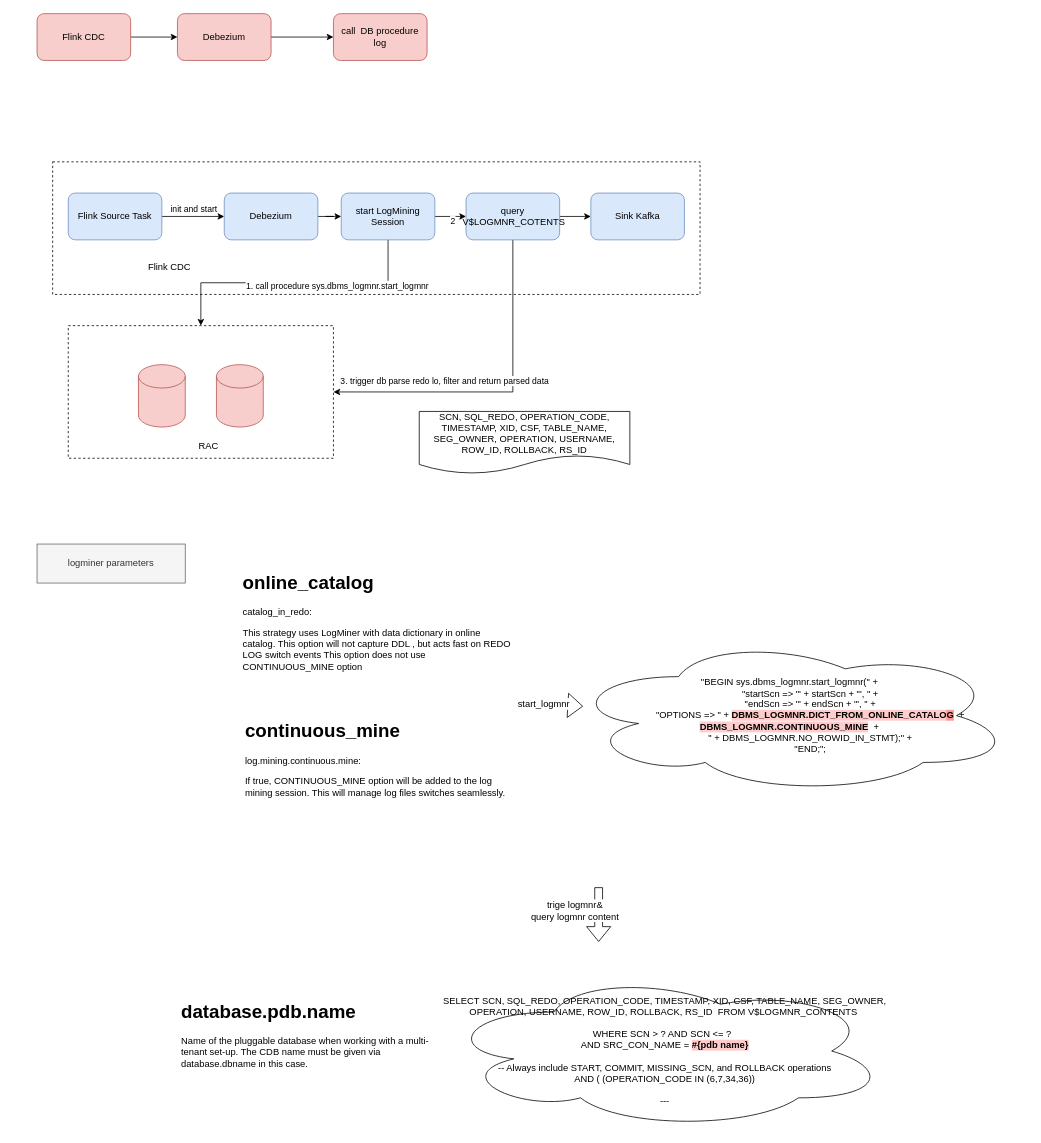
qiufang1314/drawio keeps this draw.io diagram as logminer.drawio. Above is the earlier version. Source tidied: cells renumbered, new cells numbered last; positions are measured from the earlier drawing's top-left corner, leaving out a move shared by most shapes. Both pictures are drawn from the tidied source at 78%, with x=0, y=0 at pixel (37, 13).
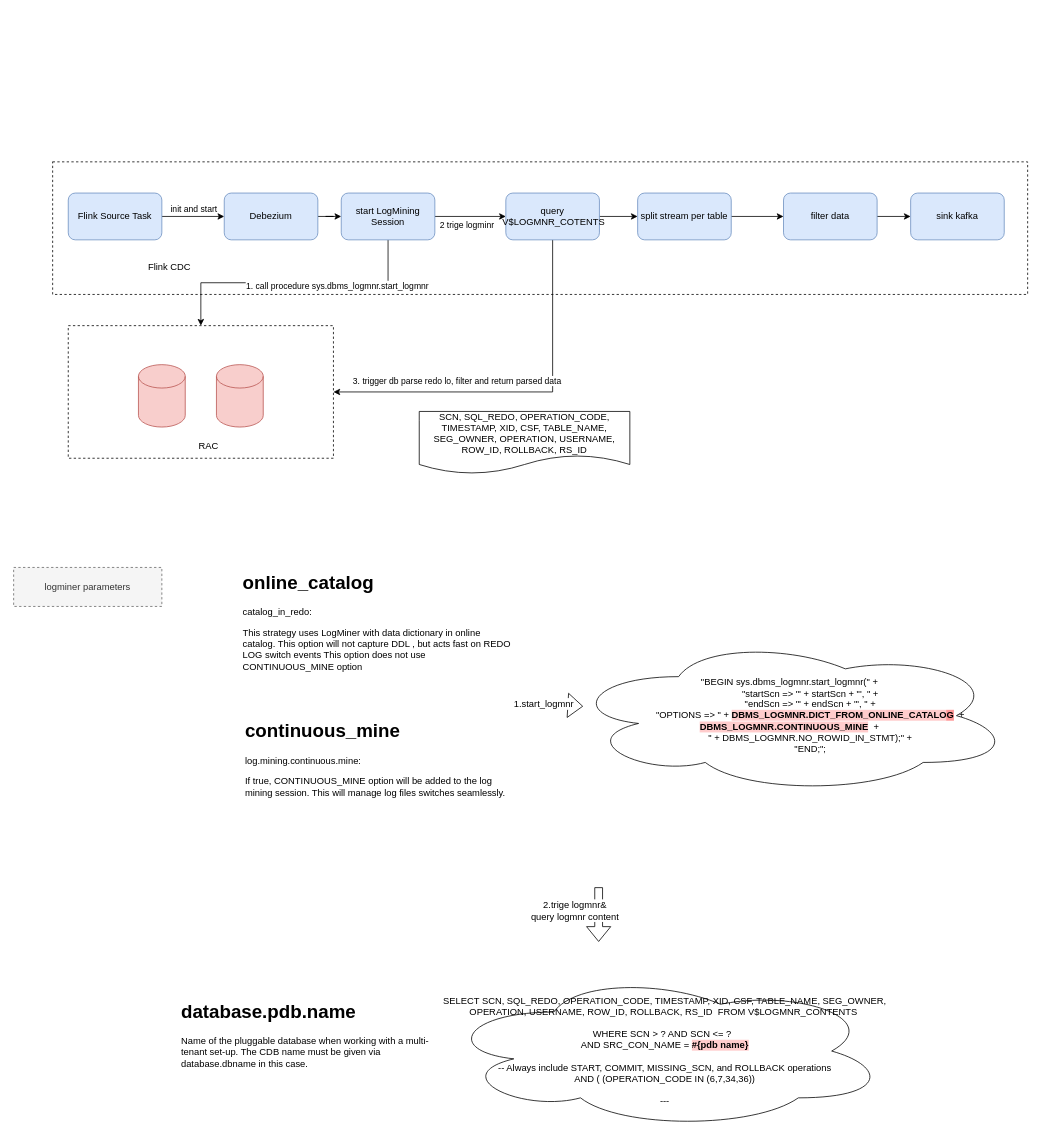
The same page after the edit.

The change refers to these unchanged cells:
```xml
<mxCell id="18" style="edgeStyle=orthogonalEdgeStyle;rounded=0;jettySize=auto;html=1;" parent="1" edge="1" source="20" target="24">
  <mxGeometry relative="1" as="geometry" />
</mxCell>
```

The edit, as a diff of the source:
```diff
@@
-    <mxCell id="2" style="edgeStyle=orthogonalEdgeStyle;rounded=0;jettySize=auto;html=1;" parent="1" edge="1" source="3" target="5">
-      <mxGeometry relative="1" as="geometry" />
-    </mxCell>
-    <mxCell id="3" value="Flink CDC" style="rounded=1;whiteSpace=wrap;html=1;fillColor=#f8cecc;strokeColor=#b85450;" parent="1" vertex="1">
-      <mxGeometry width="120" height="60" as="geometry" />
-    </mxCell>
-    <mxCell id="4" style="edgeStyle=orthogonalEdgeStyle;rounded=0;jettySize=auto;html=1;" parent="1" edge="1" source="5" target="6">
-      <mxGeometry relative="1" as="geometry" />
-    </mxCell>
-    <mxCell id="5" value="Debezium" style="whiteSpace=wrap;html=1;fillColor=#f8cecc;strokeColor=#b85450;rounded=1;" parent="1" vertex="1">
-      <mxGeometry x="180" width="120" height="60" as="geometry" />
-    </mxCell>
-    <mxCell id="6" value="call &amp;nbsp;DB procedure&lt;br&gt;log" style="whiteSpace=wrap;html=1;fillColor=#f8cecc;strokeColor=#b85450;rounded=1;" parent="1" vertex="1">
-      <mxGeometry x="380" width="120" height="60" as="geometry" />
-    </mxCell>
     <mxCell id="7" style="rounded=0;whiteSpace=wrap;html=1;dashed=1;" parent="1" vertex="1">
-      <mxGeometry x="20" y="190" width="830" height="170" as="geometry" />
+      <mxGeometry x="20" y="190" width="1250" height="170" as="geometry" />
     </mxCell>
@@
-    <mxCell id="19" value="2" style="edgeLabel;html=1;align=center;verticalAlign=middle;" parent="18" vertex="1">
-      <mxGeometry x="0.1" y="-5" relative="1" as="geometry" />
+    <mxCell id="19" value="2 trige logminr" style="edgeLabel;html=1;align=center;verticalAlign=middle;" parent="18" vertex="1">
+      <mxGeometry x="0.1" y="-5" relative="1" as="geometry">
+        <mxPoint x="-10" y="5" as="offset" />
+      </mxGeometry>
     </mxCell>
@@
-    <mxCell id="23" style="edgeStyle=orthogonalEdgeStyle;rounded=0;jettySize=auto;html=1;" parent="1" edge="1" source="24" target="27">
-      <mxGeometry relative="1" as="geometry" />
-    </mxCell>
+    <mxCell id="40" style="edgeStyle=orthogonalEdgeStyle;rounded=0;jettySize=auto;html=1;fontColor=default;" parent="1" edge="1" source="24" target="43">
+      <mxGeometry relative="1" as="geometry" />
+    </mxCell>
     <mxCell id="24" value="query &amp;nbsp;V$LOGMNR_COTENTS" style="whiteSpace=wrap;html=1;fillColor=#dae8fc;strokeColor=#6c8ebf;rounded=1;" parent="1" vertex="1">
-      <mxGeometry x="550" y="230" width="120" height="60" as="geometry" />
+      <mxGeometry x="601" y="230" width="120" height="60" as="geometry" />
     </mxCell>
@@
+    <mxCell id="41" style="edgeStyle=orthogonalEdgeStyle;rounded=0;jettySize=auto;html=1;fontColor=default;" parent="1" edge="1" source="27" target="44">
+      <mxGeometry relative="1" as="geometry" />
+    </mxCell>
-    <mxCell id="27" value="Sink Kafka" style="whiteSpace=wrap;html=1;fillColor=#dae8fc;strokeColor=#6c8ebf;rounded=1;" parent="1" vertex="1">
-      <mxGeometry x="710" y="230" width="120" height="60" as="geometry" />
+    <mxCell id="27" value="filter data" style="whiteSpace=wrap;html=1;fillColor=#dae8fc;strokeColor=#6c8ebf;rounded=1;" parent="1" vertex="1">
+      <mxGeometry x="957" y="230" width="120" height="60" as="geometry" />
     </mxCell>
@@
-    <mxCell id="29" value="logminer parameters" style="text;html=1;align=center;verticalAlign=middle;whiteSpace=wrap;rounded=0;fillColor=#f5f5f5;fontColor=#333333;strokeColor=#666666;" parent="1" vertex="1">
-      <mxGeometry y="680" width="190" height="50" as="geometry" />
+    <mxCell id="29" value="logminer parameters" style="text;html=1;align=center;verticalAlign=middle;whiteSpace=wrap;rounded=0;fillColor=#f5f5f5;fontColor=#333333;strokeColor=#666666;dashed=1;" parent="1" vertex="1">
+      <mxGeometry x="-30" y="710" width="190" height="50" as="geometry" />
     </mxCell>
@@
-    <mxCell id="36" value="trige logmnr&amp;amp;&lt;br&gt;query logmnr content" style="text;html=1;strokeColor=none;fillColor=none;align=center;verticalAlign=middle;whiteSpace=wrap;rounded=0;labelBackgroundColor=#FFFFFF;fontColor=default;" parent="1" vertex="1">
+    <mxCell id="36" value="2.trige logmnr&amp;amp;&lt;br&gt;query logmnr content" style="text;html=1;strokeColor=none;fillColor=none;align=center;verticalAlign=middle;whiteSpace=wrap;rounded=0;labelBackgroundColor=#FFFFFF;fontColor=default;" parent="1" vertex="1">
       <mxGeometry x="590" y="1130" width="200" height="40" as="geometry" />
     </mxCell>
-    <mxCell id="37" value="start_logmnr" style="text;html=1;strokeColor=none;fillColor=none;align=center;verticalAlign=middle;whiteSpace=wrap;rounded=0;labelBackgroundColor=#FFFFFF;fontColor=default;" parent="1" vertex="1">
+    <mxCell id="37" value="1.start_logmnr" style="text;html=1;strokeColor=none;fillColor=none;align=center;verticalAlign=middle;whiteSpace=wrap;rounded=0;labelBackgroundColor=#FFFFFF;fontColor=default;" parent="1" vertex="1">
       <mxGeometry x="620" y="870" width="60" height="30" as="geometry" />
     </mxCell>
@@
+    <mxCell id="42" style="edgeStyle=orthogonalEdgeStyle;rounded=0;jettySize=auto;html=1;fontColor=default;" parent="1" edge="1" source="43" target="27">
+      <mxGeometry relative="1" as="geometry" />
+    </mxCell>
+    <mxCell id="43" value="split stream per table" style="whiteSpace=wrap;html=1;fillColor=#dae8fc;strokeColor=#6c8ebf;rounded=1;" parent="1" vertex="1">
+      <mxGeometry x="770" y="230" width="120" height="60" as="geometry" />
+    </mxCell>
+    <mxCell id="44" value="sink kafka" style="whiteSpace=wrap;html=1;fillColor=#dae8fc;strokeColor=#6c8ebf;rounded=1;" parent="1" vertex="1">
+      <mxGeometry x="1120" y="230" width="120" height="60" as="geometry" />
+    </mxCell>
```
